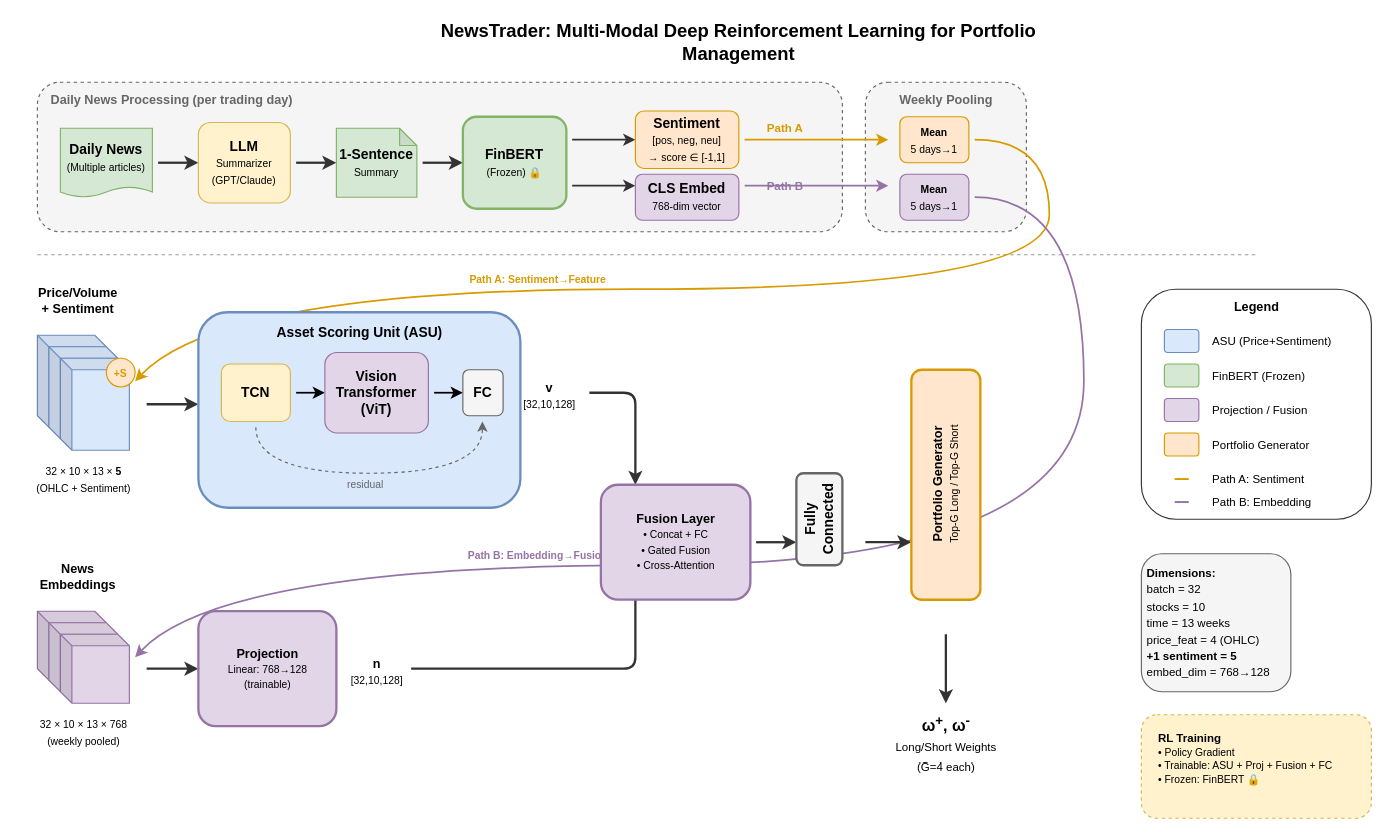
This is docs/NewsTrader_Architecture.drawio from JunTingLin/DeepTrader, a draw.io file, before an edit. Source tidied: cells renumbered, new cells numbered last; positions are measured from the earlier drawing's top-left corner, leaving out a move shared by most shapes. Both pictures are drawn from the tidied source at 115%, with x=0, y=0 at pixel (20, 24).
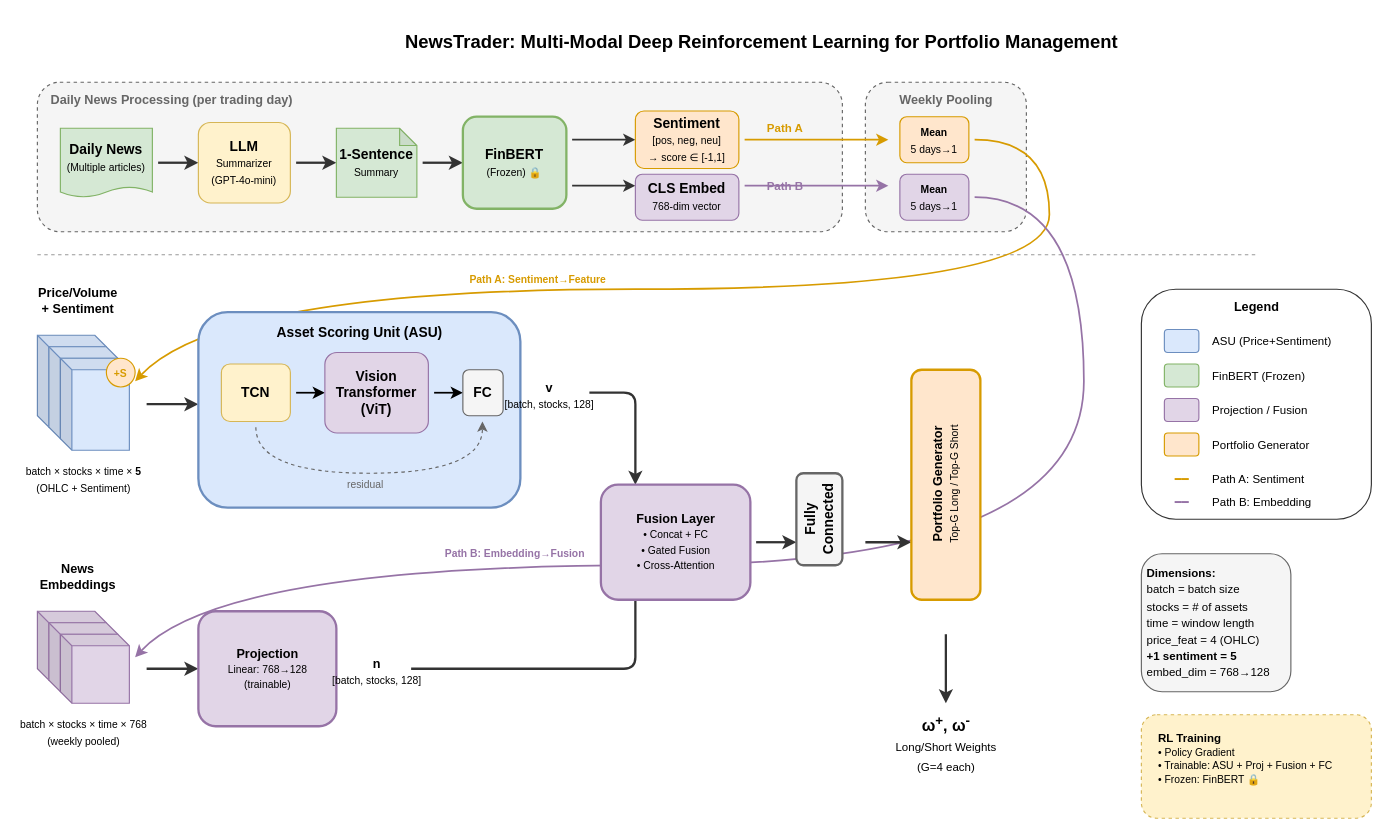
The same diagram, later.

Diff of the diagram source:
```diff
@@
     <mxCell id="2" value="&lt;b&gt;NewsTrader: Multi-Modal Deep Reinforcement Learning for Portfolio Management&lt;/b&gt;" style="text;html=1;strokeColor=none;fillColor=none;align=center;verticalAlign=middle;whiteSpace=wrap;rounded=0;fontSize=16;" parent="1" vertex="1">
-      <mxGeometry x="325" width="600" height="30" as="geometry" />
+      <mxGeometry x="325" width="640" height="30" as="geometry" />
     </mxCell>
@@
-    <mxCell id="7" value="&lt;b&gt;LLM&lt;/b&gt;&lt;br&gt;&lt;font style=&quot;font-size:9px&quot;&gt;Summarizer&lt;br&gt;(GPT/Claude)&lt;/font&gt;" style="rounded=1;whiteSpace=wrap;html=1;fillColor=#fff2cc;strokeColor=#d6b656;strokeWidth=1;" parent="1" vertex="1">
+    <mxCell id="7" value="&lt;b&gt;LLM&lt;/b&gt;&lt;br&gt;&lt;font style=&quot;font-size:9px&quot;&gt;Summarizer&lt;br&gt;(GPT-4o-mini)&lt;/font&gt;" style="rounded=1;whiteSpace=wrap;html=1;fillColor=#fff2cc;strokeColor=#d6b656;strokeWidth=1;" parent="1" vertex="1">
       <mxGeometry x="155" y="85" width="80" height="70" as="geometry" />
     </mxCell>
@@
-    <mxCell id="30" value="&lt;font style=&quot;font-size:9px&quot;&gt;32 × 10 × 13 × &lt;b&gt;5&lt;/b&gt;&lt;br&gt;(OHLC + Sentiment)&lt;/font&gt;" style="text;html=1;strokeColor=none;fillColor=none;align=center;verticalAlign=middle;" parent="1" vertex="1">
+    <mxCell id="30" value="&lt;font style=&quot;font-size:9px&quot;&gt;batch × stocks × time × &lt;b&gt;5&lt;/b&gt;&lt;br&gt;(OHLC + Sentiment)&lt;/font&gt;" style="text;html=1;strokeColor=none;fillColor=none;align=center;verticalAlign=middle;" parent="1" vertex="1">
       <mxGeometry y="380" width="110" height="30" as="geometry" />
     </mxCell>
@@
-    <mxCell id="43" value="&lt;b&gt;v&lt;/b&gt;&lt;br&gt;&lt;font style=&quot;font-size:9px&quot;&gt;[32,10,128]&lt;/font&gt;" style="text;html=1;strokeColor=none;fillColor=none;align=center;verticalAlign=middle;fontSize=11;" parent="1" vertex="1">
+    <mxCell id="43" value="&lt;b&gt;v&lt;/b&gt;&lt;br&gt;&lt;font style=&quot;font-size:9px&quot;&gt;[batch, stocks, 128]&lt;/font&gt;" style="text;html=1;strokeColor=none;fillColor=none;align=center;verticalAlign=middle;fontSize=11;" parent="1" vertex="1">
       <mxGeometry x="430" y="305" width="60" height="35" as="geometry" />
     </mxCell>
@@
-    <mxCell id="48" value="&lt;font style=&quot;font-size:9px&quot;&gt;32 × 10 × 13 × 768&lt;br&gt;(weekly pooled)&lt;/font&gt;" style="text;html=1;strokeColor=none;fillColor=none;align=center;verticalAlign=middle;" parent="1" vertex="1">
+    <mxCell id="48" value="&lt;font style=&quot;font-size:9px&quot;&gt;batch × stocks × time × 768&lt;br&gt;(weekly pooled)&lt;/font&gt;" style="text;html=1;strokeColor=none;fillColor=none;align=center;verticalAlign=middle;" parent="1" vertex="1">
       <mxGeometry y="600" width="110" height="30" as="geometry" />
     </mxCell>
@@
     <mxCell id="50" value="&lt;font color=&quot;#9673a6&quot;&gt;&lt;b&gt;Path B: Embedding→Fusion&lt;/b&gt;&lt;/font&gt;" style="text;html=1;strokeColor=none;fillColor=none;align=center;verticalAlign=middle;fontSize=9;" parent="1" vertex="1">
-      <mxGeometry x="375" y="452" width="150" height="20" as="geometry" />
+      <mxGeometry x="355" y="450" width="150" height="20" as="geometry" />
     </mxCell>
@@
-    <mxCell id="54" value="&lt;b&gt;n&lt;/b&gt;&lt;br&gt;&lt;font style=&quot;font-size:9px&quot;&gt;[32,10,128]&lt;/font&gt;" style="text;html=1;strokeColor=none;fillColor=none;align=center;verticalAlign=middle;fontSize=11;" parent="1" vertex="1">
+    <mxCell id="54" value="&lt;b&gt;n&lt;/b&gt;&lt;br&gt;&lt;font style=&quot;font-size:9px&quot;&gt;[batch, stocks, 128]&lt;/font&gt;" style="text;html=1;strokeColor=none;fillColor=none;align=center;verticalAlign=middle;fontSize=11;" parent="1" vertex="1">
       <mxGeometry x="280" y="545" width="60" height="35" as="geometry" />
     </mxCell>
@@
-    <mxCell id="80" value="&lt;font style=&quot;font-size:10px&quot;&gt;&lt;b&gt;Dimensions:&lt;/b&gt;&lt;br&gt;batch = 32&lt;br&gt;stocks = 10&lt;br&gt;time = 13 weeks&lt;br&gt;price_feat = 4 (OHLC)&lt;br&gt;&lt;b&gt;+1 sentiment = 5&lt;/b&gt;&lt;br&gt;embed_dim = 768→128&lt;/font&gt;" style="text;html=1;strokeColor=#666666;fillColor=#f5f5f5;align=left;verticalAlign=top;rounded=1;spacing=5;" parent="1" vertex="1">
+    <mxCell id="80" value="&lt;font style=&quot;font-size:10px&quot;&gt;&lt;b&gt;Dimensions:&lt;/b&gt;&lt;br&gt;batch = batch size&lt;br&gt;stocks = # of assets&lt;br&gt;time = window length&lt;br&gt;price_feat = 4 (OHLC)&lt;br&gt;&lt;b&gt;+1 sentiment = 5&lt;/b&gt;&lt;br&gt;embed_dim = 768→128&lt;/font&gt;" style="text;html=1;strokeColor=#666666;fillColor=#f5f5f5;align=left;verticalAlign=top;rounded=1;spacing=5;" parent="1" vertex="1">
       <mxGeometry x="975" y="460" width="130" height="120" as="geometry" />
     </mxCell>
```
